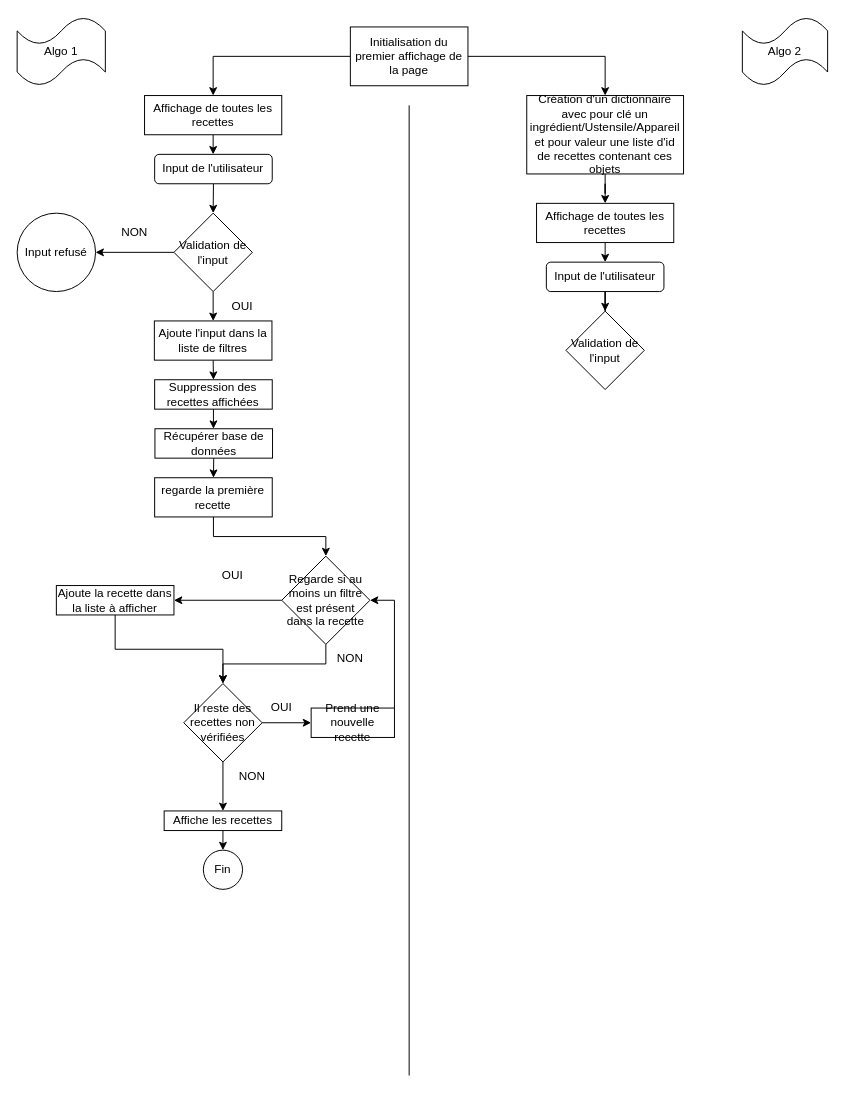
This is Diagramme sans nom.drawio from Antonin81/Les-petits-plats, a draw.io file, before an edit. Source tidied: cells renumbered, new cells numbered last; positions are measured from the earlier drawing's top-left corner, leaving out a move shared by most shapes. Both pictures are drawn from the tidied source at 98%, with x=0, y=0 at pixel (17, 17).
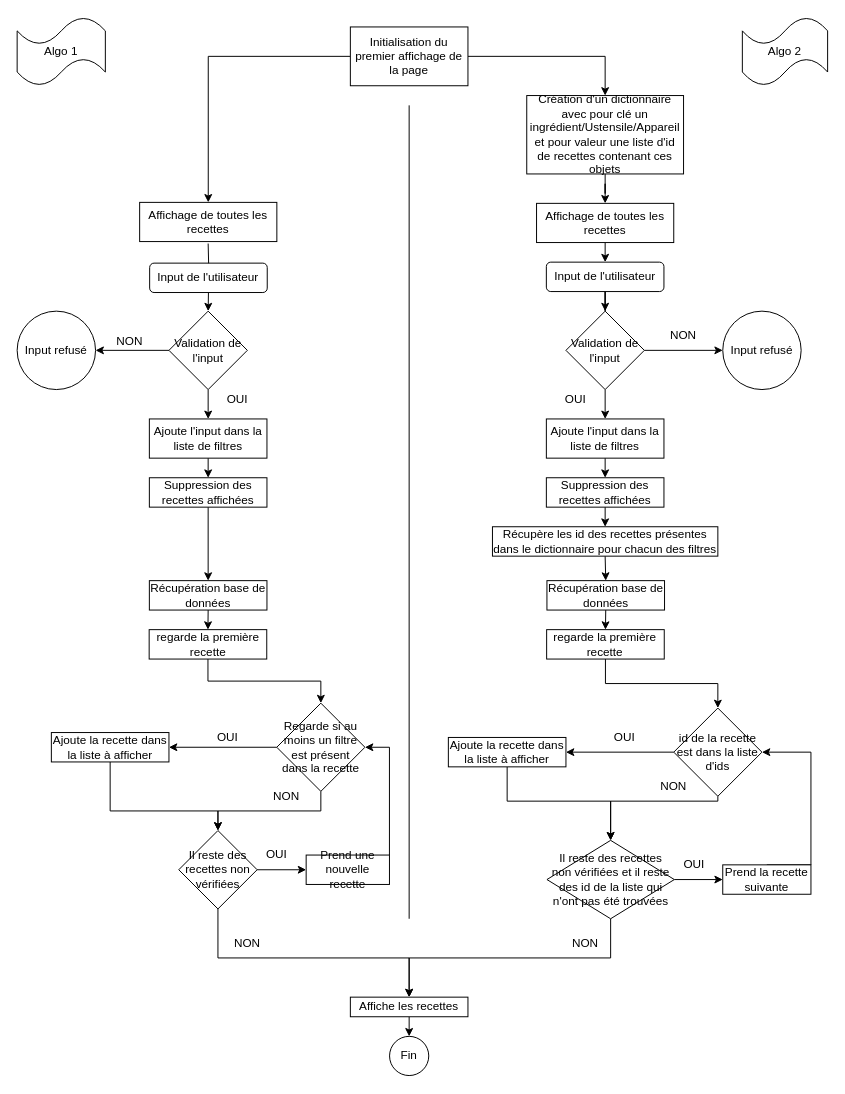
After the change.

Unchanged cells that the change refers to:
```xml
<mxCell id="21" value="Validation de l'input" style="rhombus;whiteSpace=wrap;html=1;" parent="1" vertex="1">
  <mxGeometry x="560" y="300" width="80" height="80" as="geometry" />
</mxCell>
```

The edit, as a diff of the source:
```diff
@@
     <mxCell id="5" style="endArrow=none;html=1;rounded=0;" parent="1" edge="1">
       <mxGeometry relative="1" as="geometry">
-        <mxPoint x="400" y="1080" as="sourcePoint" />
+        <mxPoint x="400" y="920" as="sourcePoint" />
         <mxPoint x="400" y="90" as="targetPoint" />
       </mxGeometry>
     </mxCell>
@@
-    <mxCell id="8" style="edgeStyle=orthogonalEdgeStyle;rounded=0;jettySize=auto;html=1;exitX=0.5;exitY=1;exitDx=0;exitDy=0;" parent="1" edge="1" source="9" target="15">
-      <mxGeometry relative="1" as="geometry" />
+    <mxCell id="8" style="edgeStyle=orthogonalEdgeStyle;rounded=0;jettySize=auto;html=1;exitX=0.5;exitY=1;exitDx=0;exitDy=0;" parent="1" edge="1" target="15">
+      <mxGeometry relative="1" as="geometry">
+        <mxPoint x="194.9" y="231" as="sourcePoint" />
+      </mxGeometry>
     </mxCell>
     <mxCell id="9" value="Affichage de toutes les recettes" style="rounded=0;whiteSpace=wrap;html=1;" parent="1" vertex="1">
-      <mxGeometry x="130" y="80" width="140" height="40" as="geometry" />
+      <mxGeometry x="125" y="189" width="140" height="40" as="geometry" />
     </mxCell>
@@
     <mxCell id="15" value="Input de l'utilisateur" style="rounded=1;whiteSpace=wrap;html=1;" parent="1" vertex="1">
-      <mxGeometry x="140.3" y="140" width="120" height="30" as="geometry" />
+      <mxGeometry x="135.2" y="251" width="120" height="30" as="geometry" />
     </mxCell>
@@
     <mxCell id="20" value="Validation de l'input" style="rhombus;whiteSpace=wrap;html=1;" parent="1" vertex="1">
-      <mxGeometry x="160" y="200" width="80" height="80" as="geometry" />
+      <mxGeometry x="154.9" y="300" width="80" height="80" as="geometry" />
     </mxCell>
+    <mxCell id="50" style="edgeStyle=orthogonalEdgeStyle;rounded=0;jettySize=auto;html=1;exitX=1;exitY=0.5;exitDx=0;exitDy=0;" parent="1" edge="1" source="21" target="52">
+      <mxGeometry relative="1" as="geometry" />
+    </mxCell>
+    <mxCell id="51" style="edgeStyle=orthogonalEdgeStyle;rounded=0;jettySize=auto;html=1;exitX=0.5;exitY=1;exitDx=0;exitDy=0;entryX=0.5;entryY=0;entryDx=0;entryDy=0;" parent="1" edge="1" source="21" target="55">
+      <mxGeometry relative="1" as="geometry" />
+    </mxCell>
@@
     <mxCell id="22" value="NON" style="text;html=1;strokeColor=none;fillColor=none;align=center;verticalAlign=middle;whiteSpace=wrap;rounded=0;" parent="1" vertex="1">
-      <mxGeometry x="90" y="210" width="60" height="20" as="geometry" />
+      <mxGeometry x="85" y="321" width="60" height="20" as="geometry" />
     </mxCell>
     <mxCell id="23" value="OUI" style="text;html=1;strokeColor=none;fillColor=none;align=center;verticalAlign=middle;whiteSpace=wrap;rounded=0;" parent="1" vertex="1">
-      <mxGeometry x="200.3" y="280" width="60" height="30" as="geometry" />
+      <mxGeometry x="195" y="375" width="60" height="30" as="geometry" />
     </mxCell>
     <mxCell id="24" value="Input refusé" style="ellipse;whiteSpace=wrap;html=1;" parent="1" vertex="1">
-      <mxGeometry y="200" width="80" height="80" as="geometry" />
+      <mxGeometry y="300" width="80" height="80" as="geometry" />
     </mxCell>
@@
     <mxCell id="26" value="Suppression des recettes affichées" style="rounded=0;whiteSpace=wrap;html=1;" parent="1" vertex="1">
-      <mxGeometry x="140.3" y="370" width="120" height="30" as="geometry" />
+      <mxGeometry x="134.9" y="470" width="120" height="30" as="geometry" />
     </mxCell>
@@
-    <mxCell id="28" value="Récupérer base de données" style="rounded=0;whiteSpace=wrap;html=1;" parent="1" vertex="1">
-      <mxGeometry x="140.6" y="420" width="120" height="30" as="geometry" />
+    <mxCell id="28" value="Récupération base de données" style="rounded=0;whiteSpace=wrap;html=1;" parent="1" vertex="1">
+      <mxGeometry x="134.9" y="575" width="120" height="30" as="geometry" />
     </mxCell>
@@
     <mxCell id="30" value="regarde la première recette" style="rounded=0;whiteSpace=wrap;html=1;" parent="1" vertex="1">
-      <mxGeometry x="140.3" y="470" width="120" height="40" as="geometry" />
+      <mxGeometry x="134.7" y="625" width="120" height="30" as="geometry" />
     </mxCell>
@@
     <mxCell id="32" value="Ajoute l'input dans la liste de filtres" style="rounded=0;whiteSpace=wrap;html=1;" parent="1" vertex="1">
-      <mxGeometry x="140" y="310" width="120" height="40" as="geometry" />
+      <mxGeometry x="134.9" y="410" width="120" height="40" as="geometry" />
     </mxCell>
@@
     <mxCell id="35" value="Regarde si au moins un filtre est présent dans la recette" style="rhombus;whiteSpace=wrap;html=1;" parent="1" vertex="1">
-      <mxGeometry x="270" y="550" width="90" height="90" as="geometry" />
+      <mxGeometry x="264.9" y="700" width="90" height="90" as="geometry" />
     </mxCell>
     <mxCell id="36" style="edgeStyle=orthogonalEdgeStyle;rounded=0;jettySize=auto;html=1;exitX=0.5;exitY=1;exitDx=0;exitDy=0;entryX=0.5;entryY=0;entryDx=0;entryDy=0;" parent="1" edge="1" source="37" target="41">
-      <mxGeometry relative="1" as="geometry" />
+      <mxGeometry relative="1" as="geometry">
+        <Array as="points">
+          <mxPoint x="94.9" y="810" />
+          <mxPoint x="204.9" y="810" />
+        </Array>
+      </mxGeometry>
     </mxCell>
     <mxCell id="37" value="Ajoute la recette dans la liste à afficher" style="rounded=0;whiteSpace=wrap;html=1;" parent="1" vertex="1">
-      <mxGeometry x="40" y="580" width="120" height="30" as="geometry" />
+      <mxGeometry x="34.9" y="730" width="120" height="30" as="geometry" />
     </mxCell>
     <mxCell id="38" value="OUI" style="text;html=1;strokeColor=none;fillColor=none;align=center;verticalAlign=middle;whiteSpace=wrap;rounded=0;" parent="1" vertex="1">
-      <mxGeometry x="190" y="555" width="60" height="30" as="geometry" />
+      <mxGeometry x="184.9" y="720" width="60" height="30" as="geometry" />
     </mxCell>
@@
     <mxCell id="40" style="edgeStyle=orthogonalEdgeStyle;rounded=0;jettySize=auto;html=1;exitX=0.5;exitY=1;exitDx=0;exitDy=0;" parent="1" edge="1" source="41" target="47">
-      <mxGeometry relative="1" as="geometry" />
+      <mxGeometry relative="1" as="geometry">
+        <Array as="points">
+          <mxPoint x="205" y="960" />
+          <mxPoint x="400" y="960" />
+        </Array>
+      </mxGeometry>
     </mxCell>
     <mxCell id="41" value="Il reste des recettes non vérifiées" style="rhombus;whiteSpace=wrap;html=1;" parent="1" vertex="1">
-      <mxGeometry x="170" y="680" width="80" height="80" as="geometry" />
+      <mxGeometry x="164.9" y="830" width="80" height="80" as="geometry" />
     </mxCell>
     <mxCell id="42" value="NON" style="text;html=1;strokeColor=none;fillColor=none;align=center;verticalAlign=middle;whiteSpace=wrap;rounded=0;" parent="1" vertex="1">
-      <mxGeometry x="310" y="640" width="60" height="30" as="geometry" />
+      <mxGeometry x="244.9" y="780" width="60" height="30" as="geometry" />
     </mxCell>
     <mxCell id="43" style="edgeStyle=orthogonalEdgeStyle;rounded=0;jettySize=auto;html=1;exitX=1;exitY=0;exitDx=0;exitDy=0;entryX=1;entryY=0.5;entryDx=0;entryDy=0;" parent="1" edge="1" source="44" target="35">
-      <mxGeometry relative="1" as="geometry" />
+      <mxGeometry relative="1" as="geometry">
+        <Array as="points">
+          <mxPoint x="380" y="745" />
+        </Array>
+      </mxGeometry>
     </mxCell>
     <mxCell id="44" value="Prend une nouvelle recette" style="rounded=0;whiteSpace=wrap;html=1;" parent="1" vertex="1">
-      <mxGeometry x="300" y="705" width="85" height="30" as="geometry" />
+      <mxGeometry x="294.9" y="855" width="85" height="30" as="geometry" />
     </mxCell>
     <mxCell id="45" value="OUI" style="text;html=1;strokeColor=none;fillColor=none;align=center;verticalAlign=middle;whiteSpace=wrap;rounded=0;" parent="1" vertex="1">
-      <mxGeometry x="240" y="690" width="60" height="30" as="geometry" />
+      <mxGeometry x="234.9" y="840" width="60" height="30" as="geometry" />
     </mxCell>
@@
     <mxCell id="47" value="Affiche les recettes" style="rounded=0;whiteSpace=wrap;html=1;" parent="1" vertex="1">
-      <mxGeometry x="150" y="810" width="120" height="20" as="geometry" />
+      <mxGeometry x="340" y="1000" width="120" height="20" as="geometry" />
     </mxCell>
-    <mxCell id="48" value="NON" style="text;html=1;strokeColor=none;fillColor=none;align=center;verticalAlign=middle;whiteSpace=wrap;rounded=0;" parent="1" vertex="1">
-      <mxGeometry x="210" y="760" width="60" height="30" as="geometry" />
-    </mxCell>
     <mxCell id="49" value="Fin" style="ellipse;whiteSpace=wrap;html=1;" parent="1" vertex="1">
-      <mxGeometry x="190" y="850" width="40" height="40" as="geometry" />
+      <mxGeometry x="380" y="1040" width="40" height="40" as="geometry" />
     </mxCell>
+    <mxCell id="52" value="Input refusé" style="ellipse;whiteSpace=wrap;html=1;" parent="1" vertex="1">
+      <mxGeometry x="720" y="300" width="80" height="80" as="geometry" />
+    </mxCell>
+    <mxCell id="53" value="NON" style="text;html=1;strokeColor=none;fillColor=none;align=center;verticalAlign=middle;whiteSpace=wrap;rounded=0;" parent="1" vertex="1">
+      <mxGeometry x="650" y="310" width="60" height="30" as="geometry" />
+    </mxCell>
+    <mxCell id="54" style="edgeStyle=orthogonalEdgeStyle;rounded=0;jettySize=auto;html=1;exitX=0.5;exitY=1;exitDx=0;exitDy=0;entryX=0.5;entryY=0;entryDx=0;entryDy=0;" parent="1" edge="1" source="55" target="58">
+      <mxGeometry relative="1" as="geometry" />
+    </mxCell>
+    <mxCell id="55" value="Ajoute l'input dans la liste de filtres" style="rounded=0;whiteSpace=wrap;html=1;" parent="1" vertex="1">
+      <mxGeometry x="540" y="410" width="120" height="40" as="geometry" />
+    </mxCell>
+    <mxCell id="56" value="OUI" style="text;html=1;strokeColor=none;fillColor=none;align=center;verticalAlign=middle;whiteSpace=wrap;rounded=0;" parent="1" vertex="1">
+      <mxGeometry x="540" y="380" width="60" height="20" as="geometry" />
+    </mxCell>
+    <mxCell id="57" style="edgeStyle=orthogonalEdgeStyle;rounded=0;jettySize=auto;html=1;exitX=0.5;exitY=1;exitDx=0;exitDy=0;entryX=0.5;entryY=0;entryDx=0;entryDy=0;" parent="1" edge="1" source="58" target="60">
+      <mxGeometry relative="1" as="geometry" />
+    </mxCell>
+    <mxCell id="58" value="Suppression des recettes affichées" style="rounded=0;whiteSpace=wrap;html=1;" parent="1" vertex="1">
+      <mxGeometry x="540" y="470" width="120" height="30" as="geometry" />
+    </mxCell>
+    <mxCell id="59" style="edgeStyle=orthogonalEdgeStyle;rounded=0;jettySize=auto;html=1;exitX=0.5;exitY=1;exitDx=0;exitDy=0;entryX=0.5;entryY=0;entryDx=0;entryDy=0;" parent="1" edge="1" source="60" target="62">
+      <mxGeometry relative="1" as="geometry" />
+    </mxCell>
+    <mxCell id="60" value="Récupère les id des recettes présentes dans le dictionnaire pour chacun des filtres" style="rounded=0;whiteSpace=wrap;html=1;" parent="1" vertex="1">
+      <mxGeometry x="485" y="520" width="230" height="30" as="geometry" />
+    </mxCell>
+    <mxCell id="61" style="edgeStyle=orthogonalEdgeStyle;rounded=0;jettySize=auto;html=1;exitX=0.5;exitY=1;exitDx=0;exitDy=0;entryX=0.5;entryY=0;entryDx=0;entryDy=0;" parent="1" edge="1" source="62" target="64">
+      <mxGeometry relative="1" as="geometry" />
+    </mxCell>
+    <mxCell id="62" value="Récupération base de données" style="rounded=0;whiteSpace=wrap;html=1;" parent="1" vertex="1">
+      <mxGeometry x="540.6" y="575" width="120" height="30" as="geometry" />
+    </mxCell>
+    <mxCell id="63" style="edgeStyle=orthogonalEdgeStyle;rounded=0;jettySize=auto;html=1;exitX=0.5;exitY=1;exitDx=0;exitDy=0;" parent="1" edge="1" source="64" target="67">
+      <mxGeometry relative="1" as="geometry" />
+    </mxCell>
+    <mxCell id="64" value="regarde la première recette" style="rounded=0;whiteSpace=wrap;html=1;" parent="1" vertex="1">
+      <mxGeometry x="540.3" y="625" width="120" height="30" as="geometry" />
+    </mxCell>
+    <mxCell id="65" style="edgeStyle=orthogonalEdgeStyle;rounded=0;jettySize=auto;html=1;exitX=0;exitY=0.5;exitDx=0;exitDy=0;entryX=1;entryY=0.5;entryDx=0;entryDy=0;" parent="1" edge="1" source="67" target="71">
+      <mxGeometry relative="1" as="geometry" />
+    </mxCell>
+    <mxCell id="66" style="edgeStyle=orthogonalEdgeStyle;rounded=0;jettySize=auto;html=1;exitX=0.5;exitY=1;exitDx=0;exitDy=0;entryX=0.5;entryY=0;entryDx=0;entryDy=0;" parent="1" edge="1" source="67" target="74">
+      <mxGeometry relative="1" as="geometry">
+        <Array as="points">
+          <mxPoint x="715" y="800" />
+          <mxPoint x="606" y="800" />
+          <mxPoint x="606" y="840" />
+        </Array>
+      </mxGeometry>
+    </mxCell>
+    <mxCell id="67" value="id de la recette est dans la liste d'ids" style="rhombus;whiteSpace=wrap;html=1;" parent="1" vertex="1">
+      <mxGeometry x="670" y="705" width="90" height="90" as="geometry" />
+    </mxCell>
+    <mxCell id="68" style="edgeStyle=orthogonalEdgeStyle;rounded=0;jettySize=auto;html=1;entryX=0.5;entryY=0;entryDx=0;entryDy=0;exitX=0.5;exitY=1;exitDx=0;exitDy=0;" parent="1" edge="1" source="71" target="74">
+      <mxGeometry relative="1" as="geometry">
+        <Array as="points">
+          <mxPoint x="500" y="800" />
+          <mxPoint x="606" y="800" />
+          <mxPoint x="606" y="840" />
+        </Array>
+      </mxGeometry>
+    </mxCell>
+    <mxCell id="69" value="OUI" style="text;html=1;strokeColor=none;fillColor=none;align=center;verticalAlign=middle;whiteSpace=wrap;rounded=0;" parent="1" vertex="1">
+      <mxGeometry x="590" y="720" width="60" height="30" as="geometry" />
+    </mxCell>
+    <mxCell id="70" value="NON" style="text;html=1;strokeColor=none;fillColor=none;align=center;verticalAlign=middle;whiteSpace=wrap;rounded=0;" parent="1" vertex="1">
+      <mxGeometry x="640" y="770" width="60" height="30" as="geometry" />
+    </mxCell>
+    <mxCell id="71" value="Ajoute la recette dans la liste à afficher" style="rounded=0;whiteSpace=wrap;html=1;" parent="1" vertex="1">
+      <mxGeometry x="440" y="735" width="120" height="30" as="geometry" />
+    </mxCell>
+    <mxCell id="72" style="edgeStyle=orthogonalEdgeStyle;rounded=0;jettySize=auto;html=1;exitX=1;exitY=0.5;exitDx=0;exitDy=0;" parent="1" edge="1" source="74" target="77">
+      <mxGeometry relative="1" as="geometry" />
+    </mxCell>
+    <mxCell id="73" style="edgeStyle=orthogonalEdgeStyle;rounded=0;jettySize=auto;html=1;exitX=0.5;exitY=1;exitDx=0;exitDy=0;entryX=0.5;entryY=0;entryDx=0;entryDy=0;" parent="1" edge="1" source="74" target="47">
+      <mxGeometry relative="1" as="geometry" />
+    </mxCell>
+    <mxCell id="74" value="Il reste des recettes non vérifiées et il reste des id de la liste qui n'ont pas été trouvées" style="rhombus;whiteSpace=wrap;html=1;" parent="1" vertex="1">
+      <mxGeometry x="540.6" y="840" width="130" height="80" as="geometry" />
+    </mxCell>
+    <mxCell id="75" value="NON" style="text;html=1;strokeColor=none;fillColor=none;align=center;verticalAlign=middle;whiteSpace=wrap;rounded=0;" parent="1" vertex="1">
+      <mxGeometry x="204.9" y="930" width="60" height="30" as="geometry" />
+    </mxCell>
+    <mxCell id="76" style="edgeStyle=orthogonalEdgeStyle;rounded=0;jettySize=auto;html=1;exitX=0.5;exitY=0;exitDx=0;exitDy=0;entryX=1;entryY=0.5;entryDx=0;entryDy=0;" parent="1" edge="1" source="77" target="67">
+      <mxGeometry relative="1" as="geometry">
+        <Array as="points">
+          <mxPoint x="810" y="865" />
+          <mxPoint x="810" y="750" />
+        </Array>
+      </mxGeometry>
+    </mxCell>
+    <mxCell id="77" value="Prend la recette suivante" style="rounded=0;whiteSpace=wrap;html=1;" parent="1" vertex="1">
+      <mxGeometry x="720" y="865" width="90" height="30" as="geometry" />
+    </mxCell>
+    <mxCell id="78" value="OUI" style="text;html=1;strokeColor=none;fillColor=none;align=center;verticalAlign=middle;whiteSpace=wrap;rounded=0;" parent="1" vertex="1">
+      <mxGeometry x="660.6" y="850" width="60" height="30" as="geometry" />
+    </mxCell>
+    <mxCell id="79" value="NON" style="text;html=1;strokeColor=none;fillColor=none;align=center;verticalAlign=middle;whiteSpace=wrap;rounded=0;" parent="1" vertex="1">
+      <mxGeometry x="550" y="930" width="60" height="30" as="geometry" />
+    </mxCell>
```
